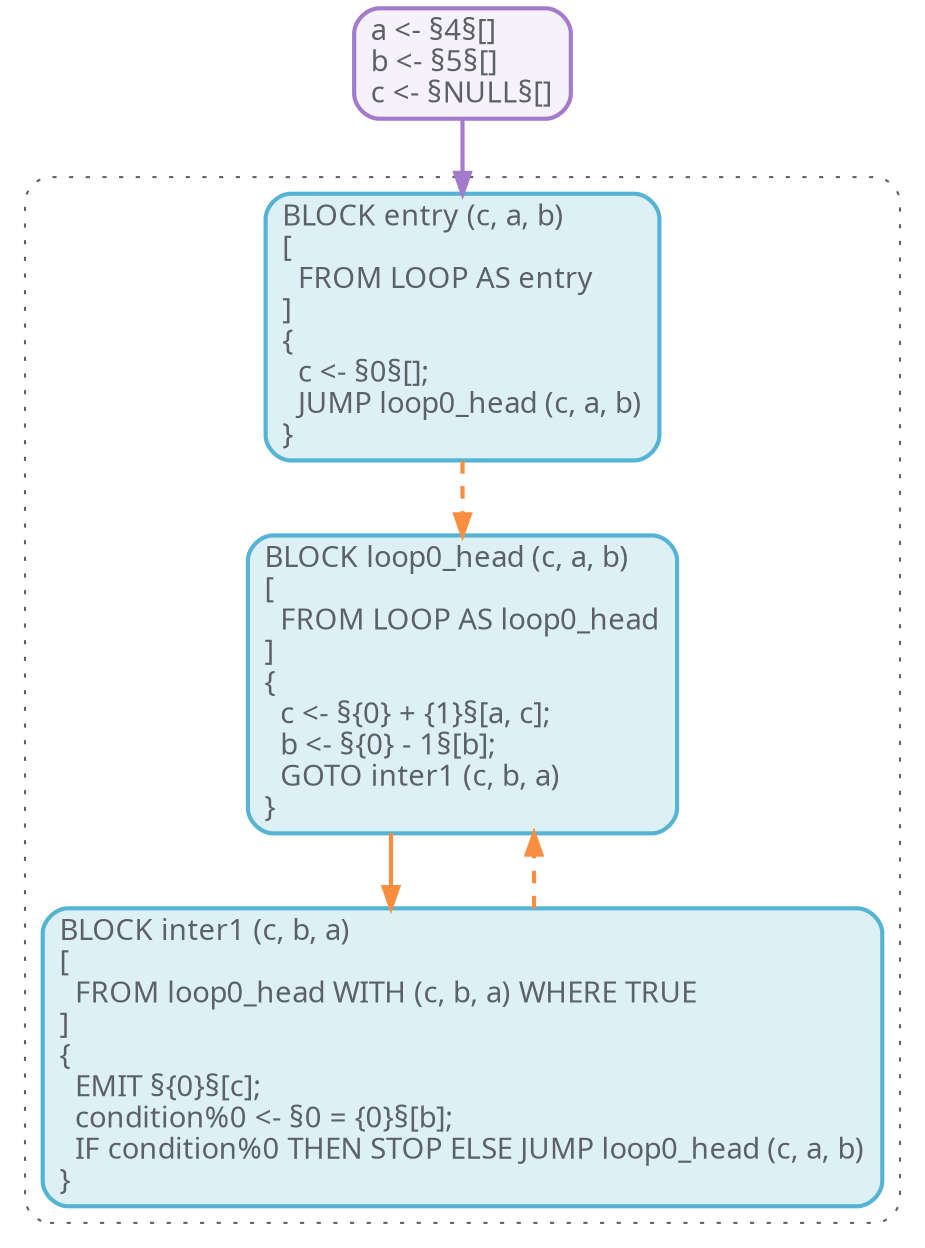
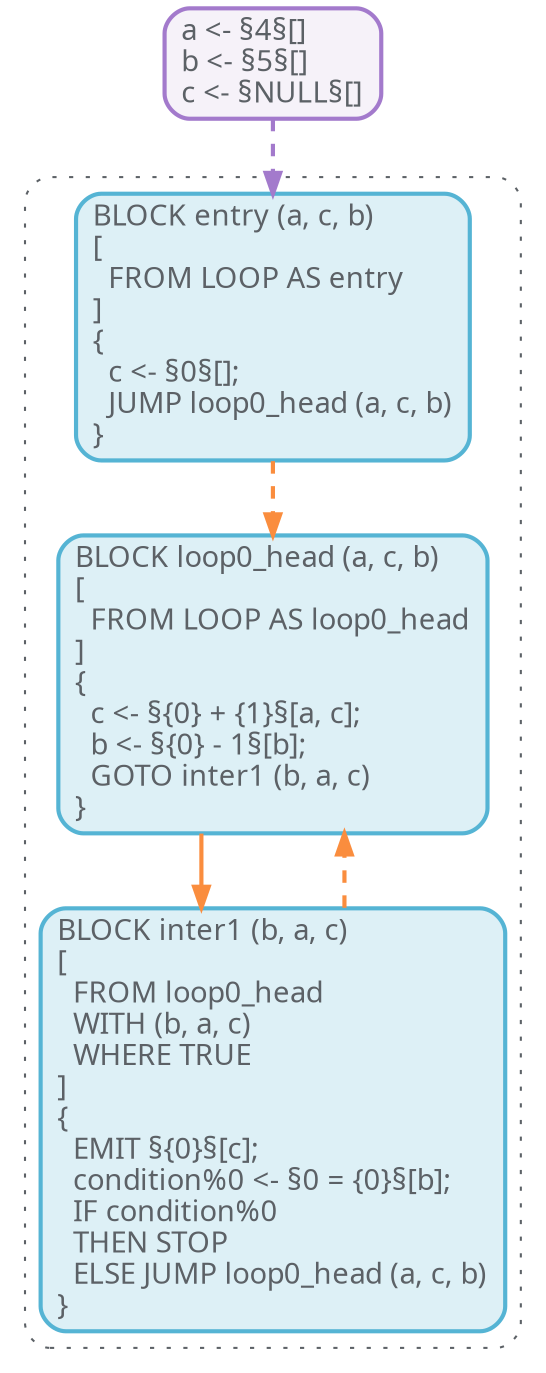
digraph "%pdg%" {
-   rankdir="TB";
  node [
    shape=rectangle,
    nojustify=true,
    penwidth=2,
    style="rounded,filled",
    fontcolor="#5C6166",
    fontname = "PragmataPro",
  ];
  graph [
    fontname = "PragmataPro",
    splines=ortho
  ];
  edge [
    fontname = "PragmataPro",
    penwidth=2,
    color="#FA8D3E"
  ];
  subgraph "%cfg%" {
-     rankdir="LR";
    cluster=true;
    style="rounded,dotted";
    color="#5C6166";
    node [
      fillcolor="#DDF0F6",
      color="#55B4D4"
    ];
    edge [
      color="#FA8D3E"
    ];
-     "entry" [label="BLOCK entry (c, a, b)\l[\l  FROM LOOP AS entry\l]\l{\l  c <- §0§[];\l  JUMP loop0_head (c, a, b)\l}\l"];
-     "loop0_head" [label="BLOCK loop0_head (c, a, b)\l[\l  FROM LOOP AS loop0_head\l]\l{\l  c <- §{0} + {1}§[a, c];\l  b <- §{0} - 1§[b];\l  GOTO inter1 (c, b, a)\l}\l"];
-     "inter1" [label="BLOCK inter1 (c, b, a)\l[\l  FROM loop0_head WITH (c, b, a) WHERE TRUE\l]\l{\l  EMIT §{0}§[c];\l  condition%0 <- §0 = {0}§[b];\l  IF condition%0 THEN STOP ELSE JUMP loop0_head (c, a, b)\l}\l"];
+     "entry" [label="BLOCK entry (a, c, b)\l[\l  FROM LOOP AS entry\l]\l{\l  c <- §0§[];\l  JUMP loop0_head (a, c, b)\l}\l"];
+     "loop0_head" [label="BLOCK loop0_head (a, c, b)\l[\l  FROM LOOP AS loop0_head\l]\l{\l  c <- §{0} + {1}§[a, c];\l  b <- §{0} - 1§[b];\l  GOTO inter1 (b, a, c)\l}\l"];
+     "inter1" [label="BLOCK inter1 (b, a, c)\l[\l  FROM loop0_head\l  WITH (b, a, c)\l  WHERE TRUE\l]\l{\l  EMIT §{0}§[c];\l  condition%0 <- §0 = {0}§[b];\l  IF condition%0\l  THEN STOP\l  ELSE JUMP loop0_head (a, c, b)\l}\l"];
    "entry" -> "loop0_head" [style="dashed"];
    "loop0_head" -> "inter1" [style="solid"];
    "inter1" -> "loop0_head" [style="dashed"];
  }
  subgraph "%inputs%" {
    node [
      fillcolor="#F6F2F9",
      color="#A37ACC";
    ];
    edge [
-       color="#A37ACC"
+       color="#A37ACC",
+       style="dashed"
    ];
-     "%inputs%" [label="a <- §4§[]\lb <- §5§[]\lc <- §NULL§[]"];
+     "%inputs%" [label="a <- §4§[]\lb <- §5§[]\lc <- §NULL§[]\l"];
    "%inputs%" -> "entry";
  }
}
